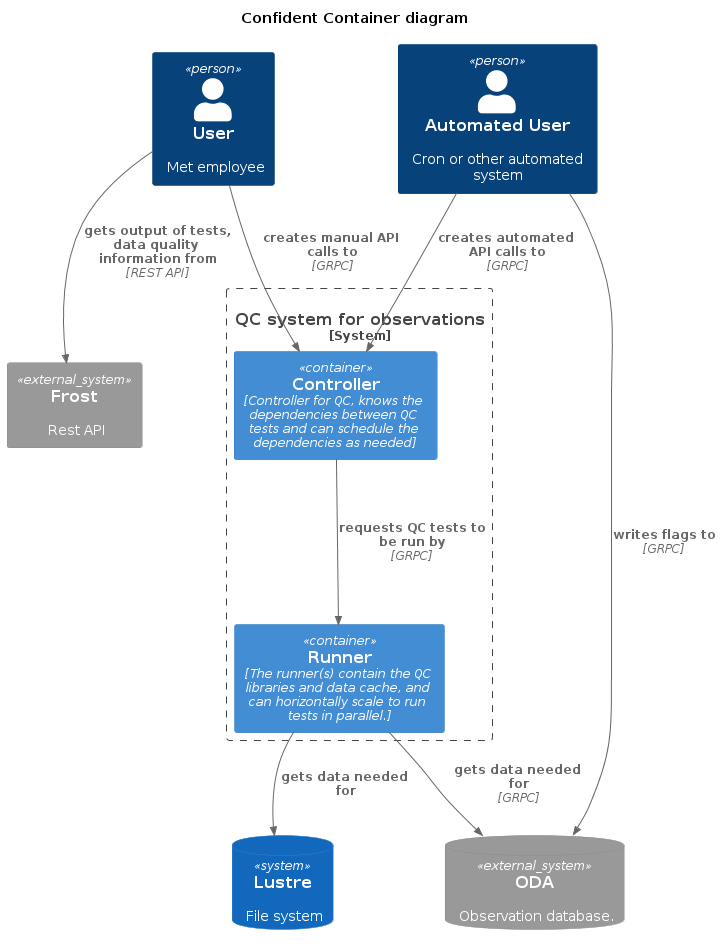
This is docs/Confident_Container.png from metno/rove, a PlantUML export, as it was before one commit.
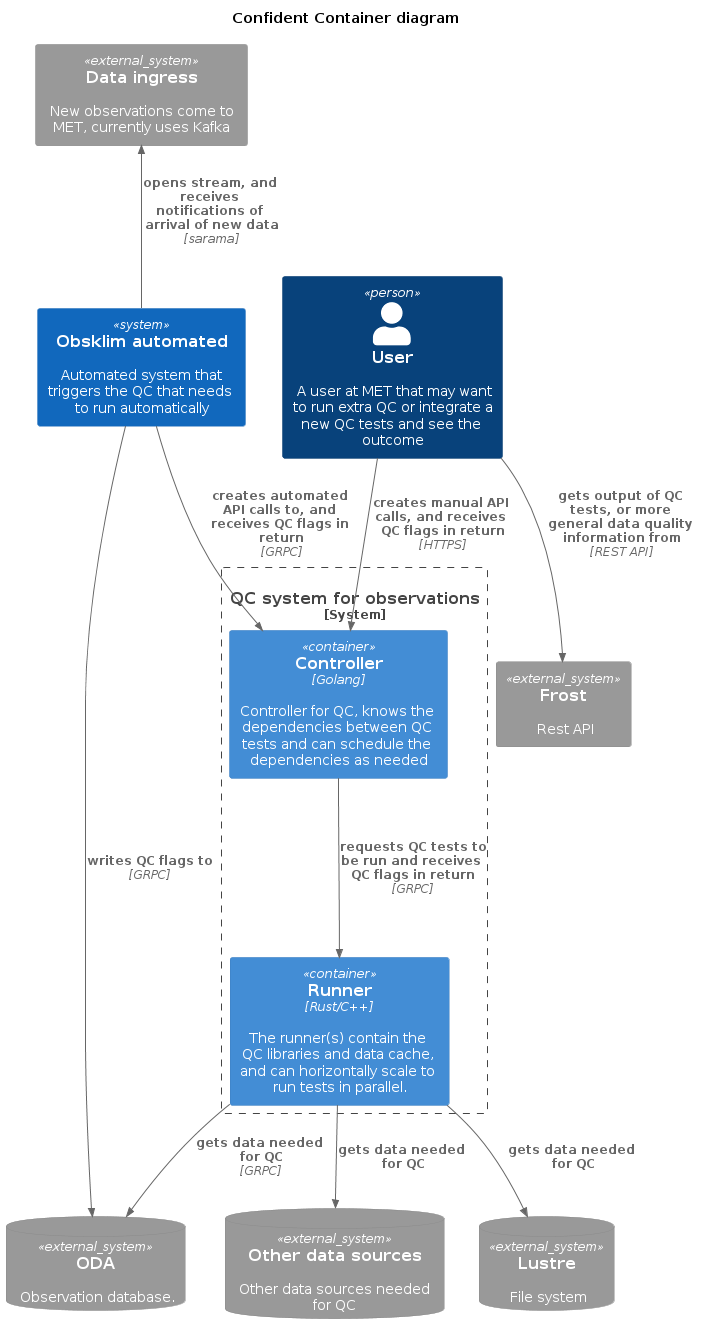
Above is the later version.

Change to the diagram source:
```diff
@@ -7,24 +7,29 @@
   Confident Container diagram
 end title
 
-Person(user, "User", "Met employee")
-Person(automated_user, "Automated User", "Cron or other automated system")
+Person(user, "User", "A user at MET that may want to run extra QC or integrate a new QC tests and see the outcome")
+System(new_obs_system, "Obsklim automated", "Automated system that triggers the QC that needs to run automatically")
+System_Ext(kafka, "Data ingress", "New observations come to MET, currently uses Kafka")
 
 System_Ext(frost, "Frost", "Rest API")
 SystemDb_Ext(oda, "ODA", "Observation database.")
-SystemDb(lustre, "Lustre", "File system")
+SystemDb_Ext(lustre, "Lustre", "File system")
+SystemDb_Ext(datasources, "Other data sources", "Other data sources needed for QC")
 
 System_Boundary(Confident, "QC system for observations") {
-  Container(controller, "Controller", "Controller for QC, knows the dependencies between QC tests and can schedule the dependencies as needed")
-  Container(runner, "Runner", "The runner(s) contain the QC libraries and data cache, and can horizontally scale to run tests in parallel.")
+  Container(controller, "Controller", "Golang", "Controller for QC, knows the dependencies between QC tests and can schedule the dependencies as needed")
+  Container(runner, "Runner", "Rust/C++", "The runner(s) contain the QC libraries and data cache, and can horizontally scale to run tests in parallel.")
 }
 
-Rel(controller, runner, "requests QC tests to be run by", "GRPC")
-Rel(automated_user, oda, "writes flags to", "GRPC")
+Rel_U(new_obs_system, kafka, "opens stream, and receives notifications of arrival of new data", "sarama")
 
-Rel(user, controller, "creates manual API calls to", "GRPC")
-Rel(automated_user, controller, "creates automated API calls to", "GRPC")
-Rel(runner, oda, "gets data needed for", "GRPC")
-Rel(runner, lustre, "gets data needed for")
-Rel(user, frost, "gets output of tests, data quality information from", "REST API")
+Rel(controller, runner, "requests QC tests to be run and receives QC flags in return", "GRPC")
+Rel(new_obs_system, oda, "writes QC flags to", "GRPC")
+
+Rel(user, controller, "creates manual API calls, and receives QC flags in return", "HTTPS")
+Rel(new_obs_system, controller, "creates automated API calls to, and receives QC flags in return", "GRPC")
+Rel(runner, oda, "gets data needed for QC", "GRPC")
+Rel(runner, lustre, "gets data needed for QC")
+Rel(runner, datasources, "gets data needed for QC")
+Rel(user, frost, "gets output of QC tests, or more general data quality information from", "REST API")
 @enduml
```
